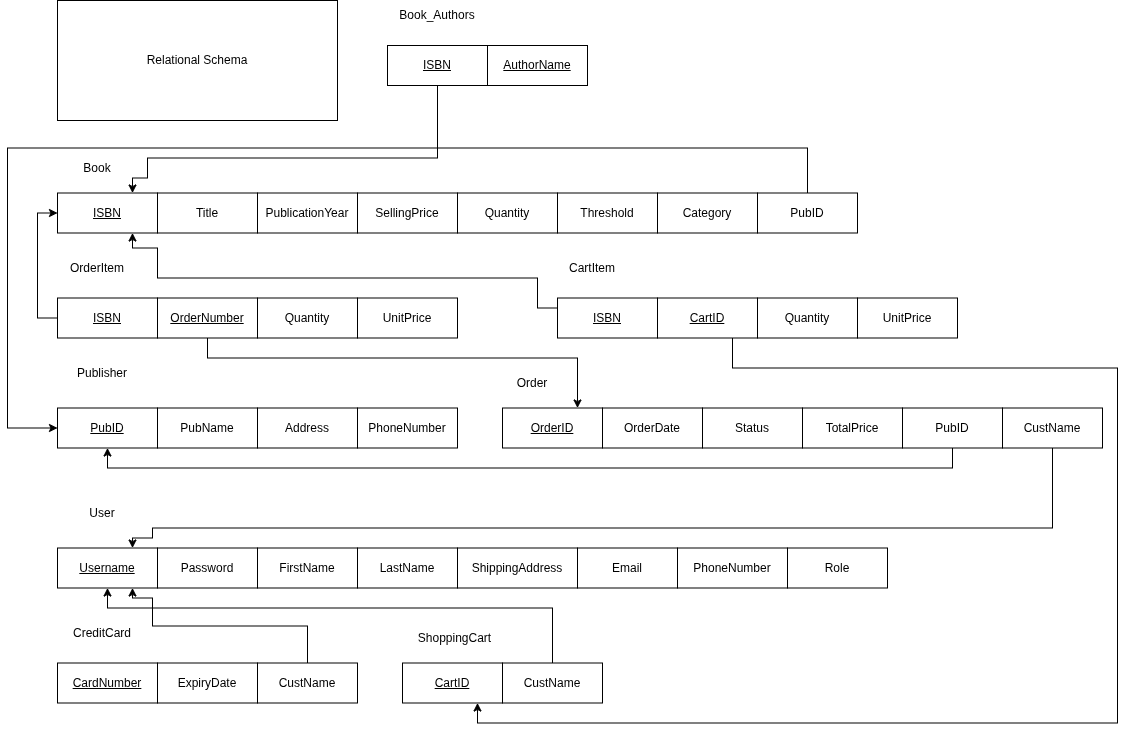
Earlier version of the draw.io export src/Database/images/Schema.png (seifmaazouz/order-processing-system). Source tidied: cells renumbered, new cells last; positions are measured from the earlier drawing's top-left corner, leaving out a move shared by most shapes.
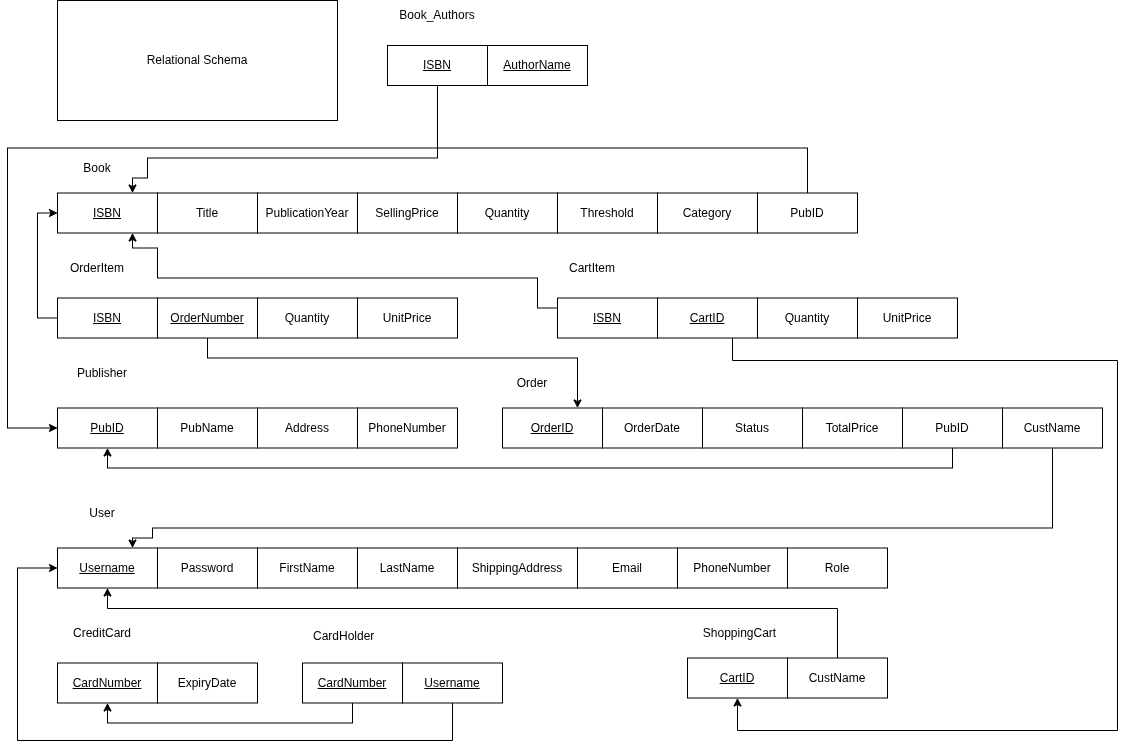
Later version of the same file.

Commit message:
Feature: added cardholder table to represent many to many relationship

Change to the diagram source:
```diff
@@ -134,21 +134,21 @@
       <mxGeometry x="670" y="547.5" width="110" height="40" as="geometry" />
     </mxCell>
     <mxCell id="39" value="&lt;u&gt;CartID&lt;/u&gt;" style="whiteSpace=wrap;html=1;align=center;" parent="1" vertex="1">
-      <mxGeometry x="395" y="662.5" width="100" height="40" as="geometry" />
+      <mxGeometry x="680" y="657.5" width="100" height="40" as="geometry" />
     </mxCell>
     <mxCell id="40" style="edgeStyle=orthogonalEdgeStyle;rounded=0;jettySize=auto;html=1;exitX=0.5;exitY=0;exitDx=0;exitDy=0;entryX=0.5;entryY=1;entryDx=0;entryDy=0;" parent="1" edge="1" source="41" target="32">
       <mxGeometry relative="1" as="geometry">
         <Array as="points">
-          <mxPoint x="545" y="607.5" />
-          <mxPoint x="100" y="607.5" />
+          <mxPoint x="830" y="608" />
+          <mxPoint x="100" y="608" />
         </Array>
       </mxGeometry>
     </mxCell>
     <mxCell id="41" value="CustName" style="whiteSpace=wrap;html=1;align=center;" parent="1" vertex="1">
-      <mxGeometry x="495" y="662.5" width="100" height="40" as="geometry" />
+      <mxGeometry x="780" y="657.5" width="100" height="40" as="geometry" />
     </mxCell>
     <mxCell id="42" value="ShoppingCart" style="text;html=1;whiteSpace=wrap;strokeColor=none;fillColor=default;align=center;verticalAlign=middle;rounded=0;" parent="1" vertex="1">
-      <mxGeometry x="395" y="622.5" width="105" height="30" as="geometry" />
+      <mxGeometry x="680" y="617.5" width="105" height="30" as="geometry" />
     </mxCell>
     <mxCell id="43" value="CreditCard" style="text;html=1;whiteSpace=wrap;strokeColor=none;fillColor=default;align=center;verticalAlign=middle;rounded=0;" parent="1" vertex="1">
       <mxGeometry x="55" y="617.5" width="80" height="30" as="geometry" />
@@ -159,19 +159,6 @@
     <mxCell id="45" value="ExpiryDate" style="whiteSpace=wrap;html=1;align=center;" parent="1" vertex="1">
       <mxGeometry x="150" y="662.5" width="100" height="40" as="geometry" />
     </mxCell>
-    <mxCell id="46" style="edgeStyle=orthogonalEdgeStyle;rounded=0;jettySize=auto;html=1;exitX=0.5;exitY=0;exitDx=0;exitDy=0;entryX=0.75;entryY=1;entryDx=0;entryDy=0;" parent="1" edge="1" source="47" target="32">
-      <mxGeometry relative="1" as="geometry">
-        <Array as="points">
-          <mxPoint x="300" y="625.5" />
-          <mxPoint x="145" y="625.5" />
-          <mxPoint x="145" y="597.5" />
-          <mxPoint x="125" y="597.5" />
-        </Array>
-      </mxGeometry>
-    </mxCell>
-    <mxCell id="47" value="CustName" style="whiteSpace=wrap;html=1;align=center;" parent="1" vertex="1">
-      <mxGeometry x="250" y="662.5" width="100" height="40" as="geometry" />
-    </mxCell>
     <mxCell id="48" value="OrderItem" style="text;html=1;whiteSpace=wrap;strokeColor=none;fillColor=default;align=center;verticalAlign=middle;rounded=0;" parent="1" vertex="1">
       <mxGeometry x="50" y="252.5" width="80" height="30" as="geometry" />
     </mxCell>
@@ -201,13 +188,13 @@
     <mxCell id="55" value="CartItem" style="text;html=1;whiteSpace=wrap;strokeColor=none;fillColor=default;align=center;verticalAlign=middle;rounded=0;" parent="1" vertex="1">
       <mxGeometry x="550" y="252.5" width="70" height="30" as="geometry" />
     </mxCell>
-    <mxCell id="56" style="edgeStyle=orthogonalEdgeStyle;rounded=0;jettySize=auto;html=1;exitX=0.75;exitY=1;exitDx=0;exitDy=0;entryX=0.75;entryY=1;entryDx=0;entryDy=0;" parent="1" edge="1" source="57" target="39">
+    <mxCell id="56" style="edgeStyle=orthogonalEdgeStyle;rounded=0;jettySize=auto;html=1;exitX=0.75;exitY=1;exitDx=0;exitDy=0;entryX=0.5;entryY=1;entryDx=0;entryDy=0;" parent="1" edge="1" source="57" target="39">
       <mxGeometry relative="1" as="geometry">
         <Array as="points">
-          <mxPoint x="725" y="367.5" />
-          <mxPoint x="1110" y="367.5" />
-          <mxPoint x="1110" y="722.5" />
-          <mxPoint x="470" y="722.5" />
+          <mxPoint x="725" y="360" />
+          <mxPoint x="1110" y="360" />
+          <mxPoint x="1110" y="730" />
+          <mxPoint x="730" y="730" />
         </Array>
       </mxGeometry>
     </mxCell>
@@ -237,5 +224,26 @@
     <mxCell id="62" value="Role" style="whiteSpace=wrap;html=1;align=center;" parent="1" vertex="1">
       <mxGeometry x="780" y="547.5" width="100" height="40" as="geometry" />
     </mxCell>
+    <mxCell id="63" value="CardHolder" style="text;strokeColor=none;fillColor=default;spacingLeft=4;spacingRight=4;overflow=hidden;fontSize=12;whiteSpace=wrap;html=1;" parent="1" vertex="1">
+      <mxGeometry x="300" y="621.5" width="90" height="30" as="geometry" />
+    </mxCell>
+    <mxCell id="64" style="edgeStyle=orthogonalEdgeStyle;rounded=0;jettySize=auto;html=1;exitX=0.5;exitY=1;exitDx=0;exitDy=0;entryX=0.5;entryY=1;entryDx=0;entryDy=0;" parent="1" edge="1" source="65" target="44">
+      <mxGeometry relative="1" as="geometry" />
+    </mxCell>
+    <mxCell id="65" value="&lt;u&gt;CardNumber&lt;/u&gt;" style="whiteSpace=wrap;html=1;align=center;" parent="1" vertex="1">
+      <mxGeometry x="295" y="662.5" width="100" height="40" as="geometry" />
+    </mxCell>
+    <mxCell id="66" style="edgeStyle=orthogonalEdgeStyle;rounded=0;jettySize=auto;html=1;exitX=0.5;exitY=1;exitDx=0;exitDy=0;entryX=0;entryY=0.5;entryDx=0;entryDy=0;" parent="1" edge="1" source="67" target="32">
+      <mxGeometry relative="1" as="geometry">
+        <Array as="points">
+          <mxPoint x="445" y="740" />
+          <mxPoint x="10" y="740" />
+          <mxPoint x="10" y="568" />
+        </Array>
+      </mxGeometry>
+    </mxCell>
+    <mxCell id="67" value="&lt;u&gt;Username&lt;/u&gt;" style="whiteSpace=wrap;html=1;align=center;" parent="1" vertex="1">
+      <mxGeometry x="395" y="662.5" width="100" height="40" as="geometry" />
+    </mxCell>
   </root>
 </mxGraphModel>
```
